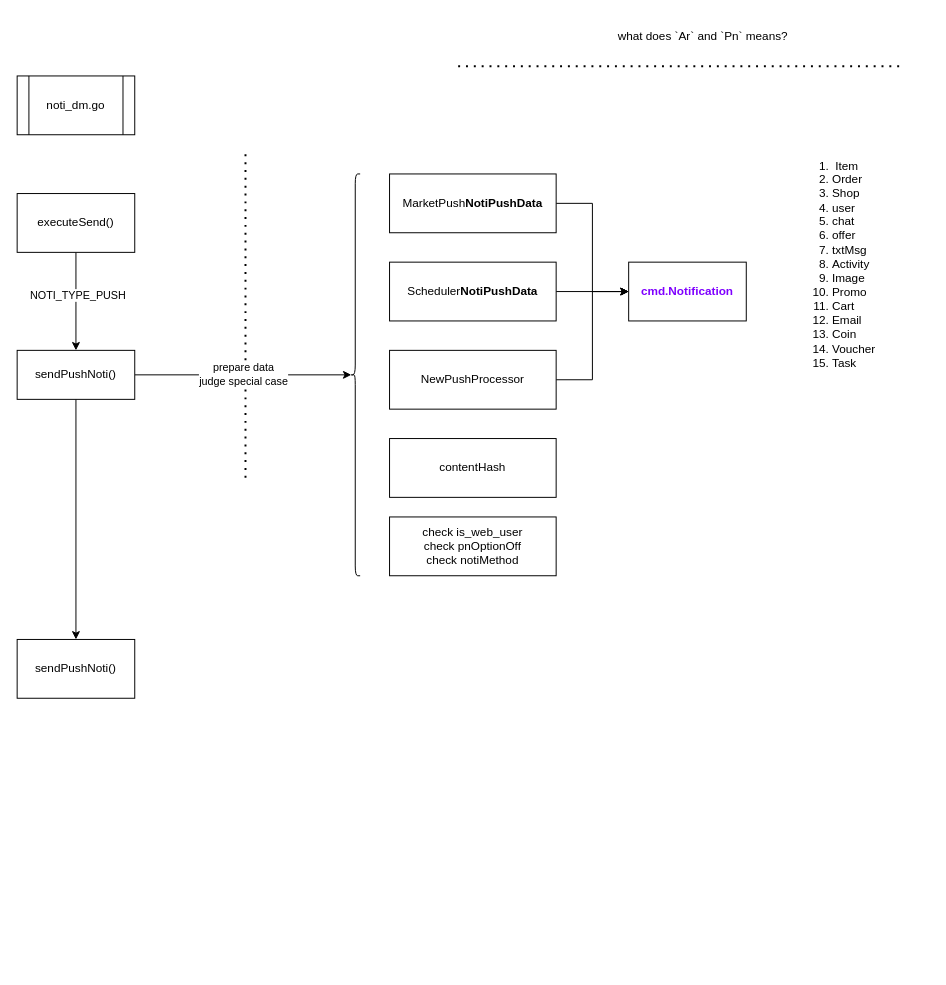
Before: page "Page-2" (2 of 2) of Untitled Diagram.drawio in floatLig/drow.io, a draw.io diagram. Source tidied: cells renumbered, new cells numbered last; positions are measured from the earlier drawing's top-left corner, leaving out a move shared by most shapes. Both pictures are drawn from the tidied source at 98%, with x=0, y=0 at pixel (17, 17).
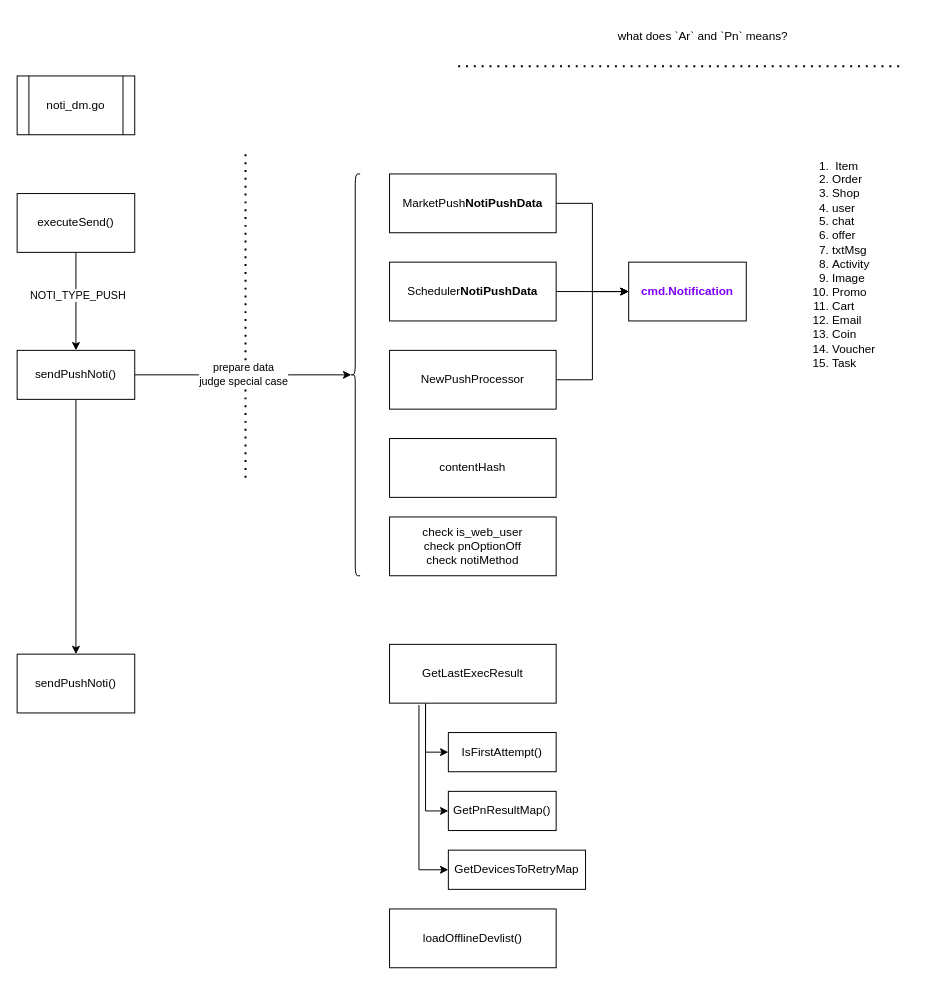
After the change.

Diff of the diagram source:
```diff
@@
     <mxCell id="20" value="sendPushNoti()" style="rounded=0;whiteSpace=wrap;html=1;" parent="1" vertex="1">
-      <mxGeometry y="635" width="120" height="60" as="geometry" />
+      <mxGeometry y="650" width="120" height="60" as="geometry" />
     </mxCell>
@@
+    <mxCell id="24" style="edgeStyle=orthogonalEdgeStyle;rounded=0;jettySize=auto;html=1;exitX=0.216;exitY=1.009;exitDx=0;exitDy=0;entryX=0;entryY=0.5;entryDx=0;entryDy=0;exitPerimeter=0;" parent="1" edge="1" source="27" target="28">
+      <mxGeometry relative="1" as="geometry" />
+    </mxCell>
+    <mxCell id="25" style="edgeStyle=orthogonalEdgeStyle;rounded=0;jettySize=auto;html=1;exitX=0.216;exitY=1.009;exitDx=0;exitDy=0;entryX=0;entryY=0.5;entryDx=0;entryDy=0;exitPerimeter=0;" parent="1" edge="1" source="27" target="29">
+      <mxGeometry relative="1" as="geometry" />
+    </mxCell>
+    <mxCell id="26" style="edgeStyle=orthogonalEdgeStyle;rounded=0;jettySize=auto;html=1;entryX=0;entryY=0.5;entryDx=0;entryDy=0;" parent="1" edge="1" target="30">
+      <mxGeometry relative="1" as="geometry">
+        <mxPoint x="410" y="702" as="sourcePoint" />
+        <Array as="points">
+          <mxPoint x="410" y="870" />
+        </Array>
+      </mxGeometry>
+    </mxCell>
+    <mxCell id="27" value="GetLastExecResult" style="rounded=0;whiteSpace=wrap;html=1;" parent="1" vertex="1">
+      <mxGeometry x="380" y="640" width="170" height="60" as="geometry" />
+    </mxCell>
+    <mxCell id="28" value="IsFirstAttempt()" style="rounded=0;whiteSpace=wrap;html=1;" parent="1" vertex="1">
+      <mxGeometry x="440" y="730" width="110" height="40" as="geometry" />
+    </mxCell>
+    <mxCell id="29" value="GetPnResultMap()" style="rounded=0;whiteSpace=wrap;html=1;" parent="1" vertex="1">
+      <mxGeometry x="440" y="790" width="110" height="40" as="geometry" />
+    </mxCell>
+    <mxCell id="30" value="GetDevicesToRetryMap" style="rounded=0;whiteSpace=wrap;html=1;" parent="1" vertex="1">
+      <mxGeometry x="440" y="850" width="140" height="40" as="geometry" />
+    </mxCell>
+    <mxCell id="31" value="loadOfflineDevlist()" style="rounded=0;whiteSpace=wrap;html=1;" parent="1" vertex="1">
+      <mxGeometry x="380" y="910" width="170" height="60" as="geometry" />
+    </mxCell>
```
